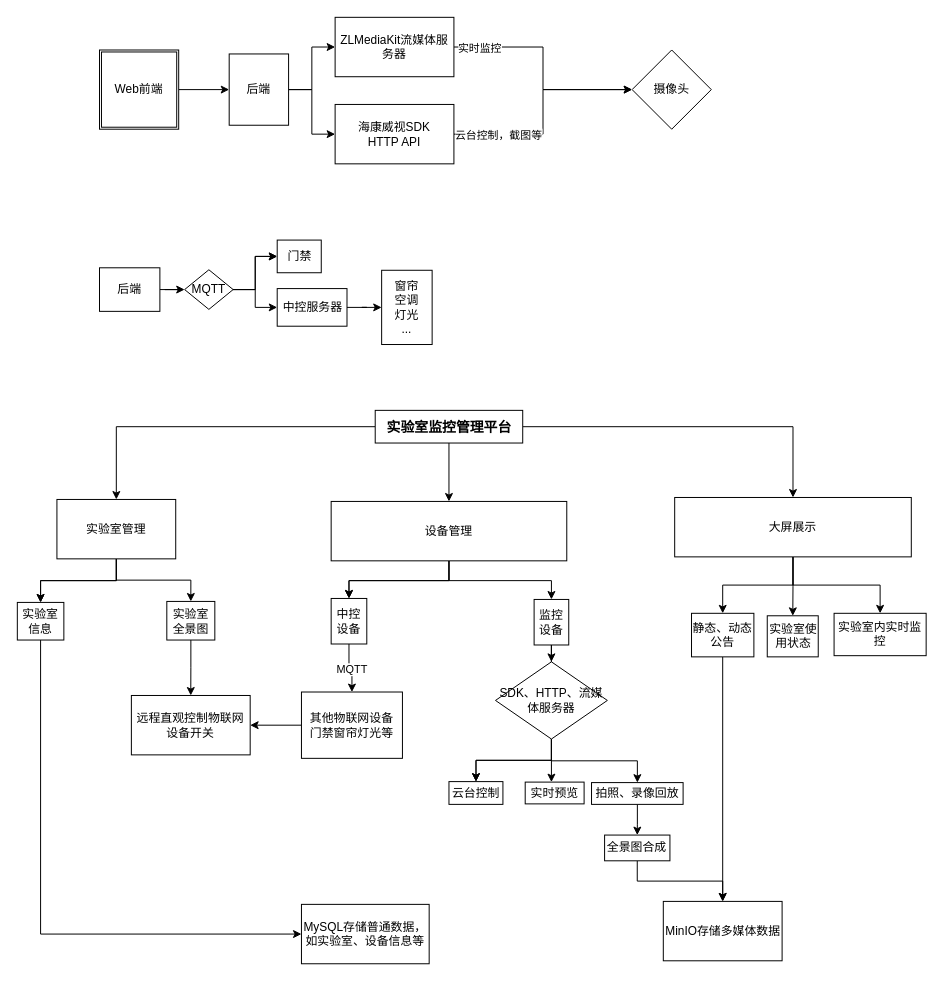
The draw.io diagram 未命名绘图.drawio in nullptr0xf/drawio, before the edit. Source tidied: cells renumbered, new cells numbered last; positions are measured from the earlier drawing's top-left corner, leaving out a move shared by most shapes. Both pictures are drawn from the tidied source at 99%, with x=0, y=0 at pixel (17, 17).
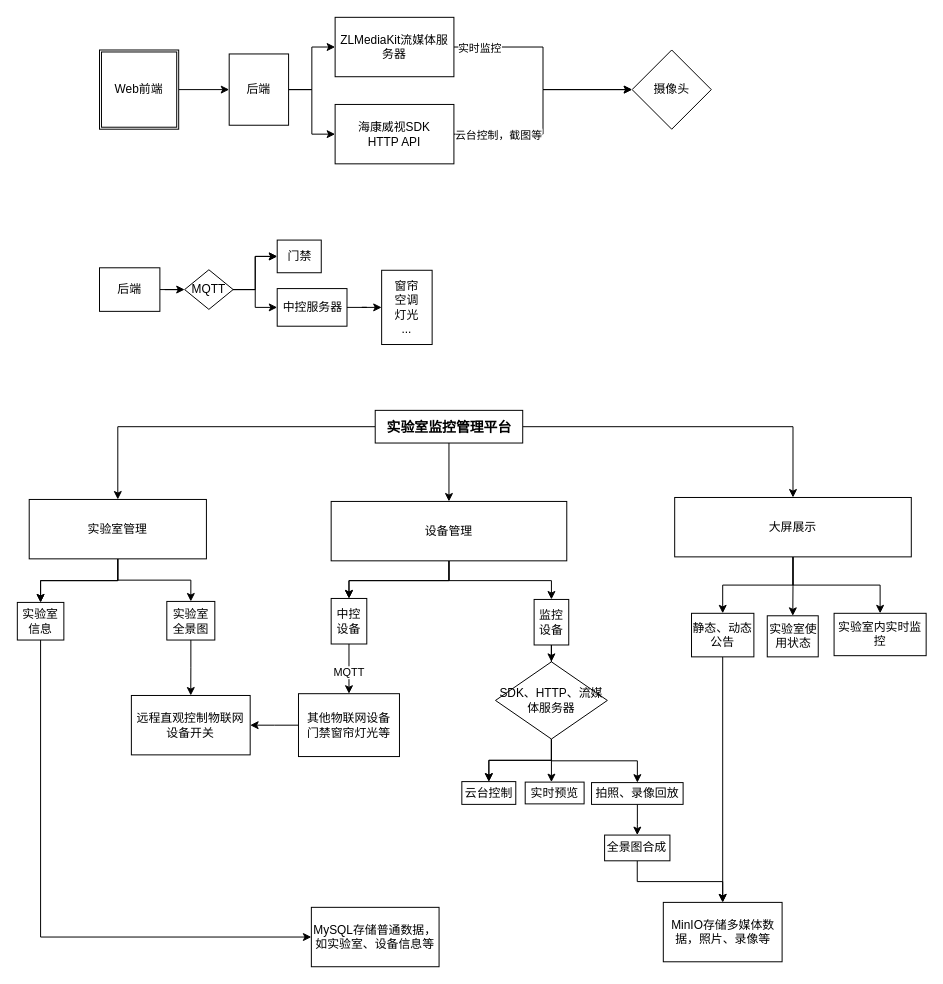
Above is the later version.

Commit message:
更新未命名绘图.drawio

Change to the diagram source:
```diff
@@
     <mxCell id="31" value="实验室管理" style="rounded=0;whiteSpace=wrap;html=1;" parent="1" vertex="1">
-      <mxGeometry x="40" y="487" width="120" height="60" as="geometry" />
+      <mxGeometry x="12" y="487" width="179" height="60" as="geometry" />
     </mxCell>
@@
     <mxCell id="40" value="MySQL存储普通数据，如实验室、设备信息等" style="rounded=0;whiteSpace=wrap;html=1;" parent="1" vertex="1">
-      <mxGeometry x="287" y="896" width="129" height="60" as="geometry" />
+      <mxGeometry x="297" y="899" width="129" height="60" as="geometry" />
     </mxCell>
-    <mxCell id="41" value="MinIO存储多媒体数据" style="rounded=0;whiteSpace=wrap;html=1;" parent="1" vertex="1">
-      <mxGeometry x="652.5" y="893" width="120" height="60" as="geometry" />
+    <mxCell id="41" value="MinIO存储多媒体数据，照片、录像等" style="rounded=0;whiteSpace=wrap;html=1;" parent="1" vertex="1">
+      <mxGeometry x="652.5" y="894" width="120" height="60" as="geometry" />
     </mxCell>
@@
     <mxCell id="55" value="其他物联网设备&lt;div&gt;门禁窗帘灯光等&lt;/div&gt;" style="whiteSpace=wrap;html=1;rounded=0;" parent="1" vertex="1">
-      <mxGeometry x="287" y="681.5" width="102" height="67" as="geometry" />
+      <mxGeometry x="284" y="683.2" width="102" height="63.5" as="geometry" />
     </mxCell>
     <mxCell id="56" value="云台控制" style="rounded=0;whiteSpace=wrap;html=1;" parent="1" vertex="1">
-      <mxGeometry x="436" y="772" width="54.5" height="23" as="geometry" />
+      <mxGeometry x="449" y="772" width="54.5" height="23" as="geometry" />
     </mxCell>
```
